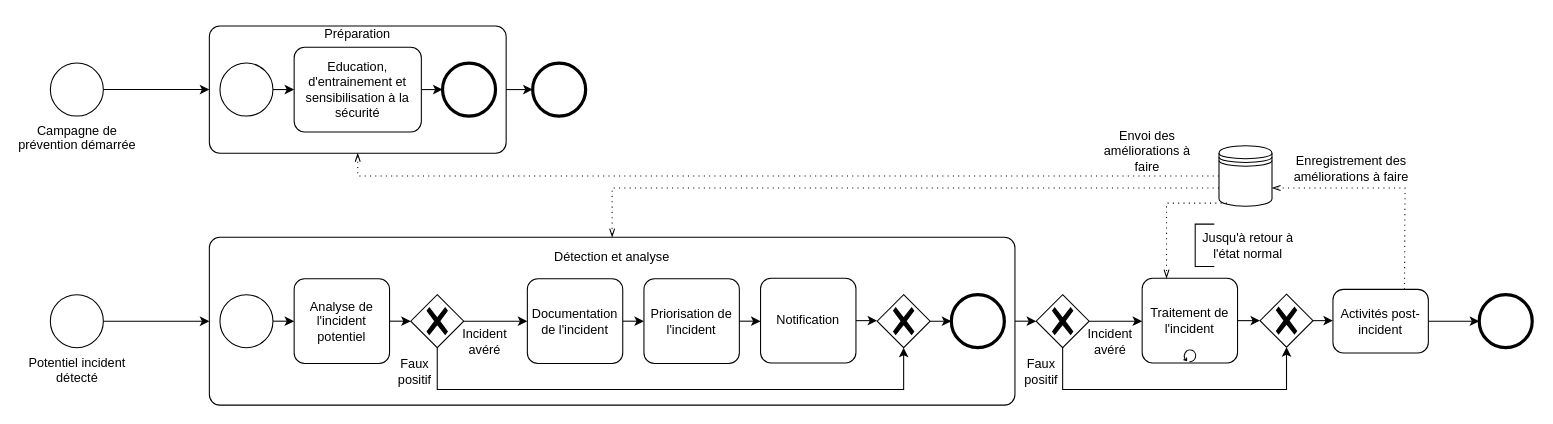
This is page "Page-2" (2 of 2) of standards/NIST.drawio from netmme/cyber-diagramme-d-activites, a draw.io file, before an edit. Source tidied: cells renumbered, new cells numbered last; positions are measured from the earlier drawing's top-left corner, leaving out a move shared by most shapes. Both pictures are drawn from the tidied source at 106%, with x=0, y=0 at pixel (50, 18).
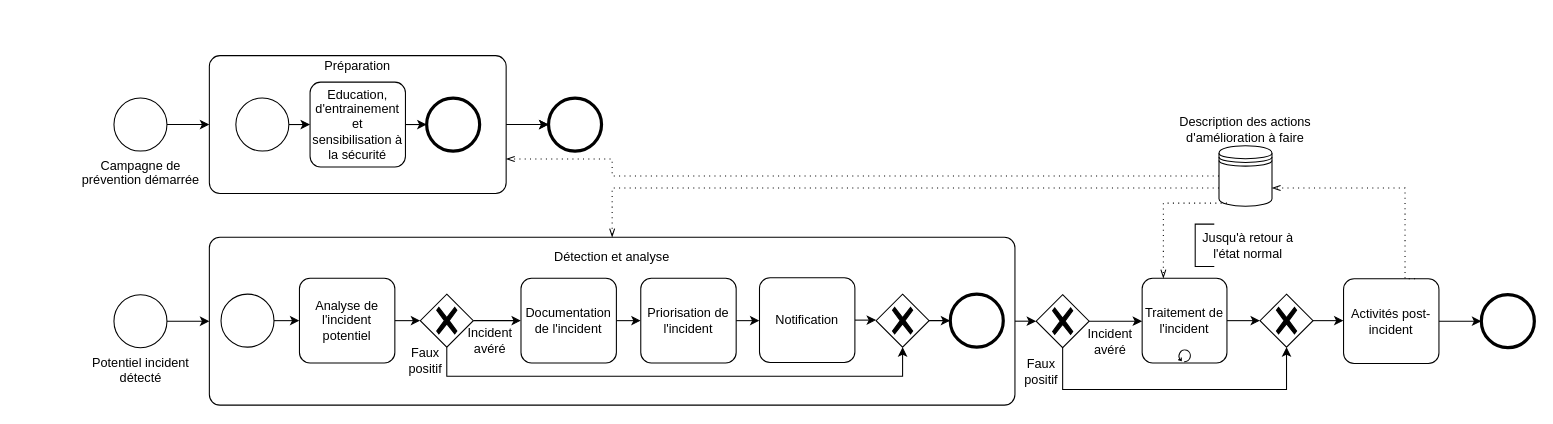
Above is the later version.

Unchanged cells that the change refers to:
```xml
<mxCell id="50" style="shape=datastore;html=1;labelPosition=center;verticalLabelPosition=bottom;align=center;verticalAlign=top;" parent="1" vertex="1">
  <mxGeometry x="1102.5" y="120" width="50" height="57" as="geometry" />
</mxCell>
```

The edit, as a diff of the source:
```diff
@@
     <mxCell id="5" value="Potentiel incident&lt;br&gt;détecté" style="points=[[0.145,0.145,0],[0.5,0,0],[0.855,0.145,0],[1,0.5,0],[0.855,0.855,0],[0.5,1,0],[0.145,0.855,0],[0,0.5,0]];shape=mxgraph.bpmn.event;html=1;verticalLabelPosition=bottom;labelBackgroundColor=#ffffff;verticalAlign=top;align=center;perimeter=ellipsePerimeter;outlineConnect=0;outline=standard;symbol=general;" parent="1" vertex="1">
-      <mxGeometry y="260.5" width="50" height="50" as="geometry" />
+      <mxGeometry x="60" y="260.5" width="50" height="50" as="geometry" />
     </mxCell>
-    <mxCell id="6" style="edgeStyle=orthogonalEdgeStyle;rounded=0;jettySize=auto;html=1;exitX=1;exitY=0.5;exitDx=0;exitDy=0;exitPerimeter=0;entryX=0;entryY=0.25;entryDx=0;entryDy=0;entryPerimeter=0;" parent="1" edge="1" source="7">
-      <mxGeometry relative="1" as="geometry">
-        <mxPoint x="150" y="67" as="targetPoint" />
-      </mxGeometry>
-    </mxCell>
+    <mxCell id="58" style="edgeStyle=orthogonalEdgeStyle;rounded=0;jettySize=auto;html=1;exitX=1;exitY=0.5;exitDx=0;exitDy=0;exitPerimeter=0;entryX=0;entryY=0.5;entryDx=0;entryDy=0;entryPerimeter=0;" parent="1" edge="1" source="7" target="9">
+      <mxGeometry relative="1" as="geometry" />
+    </mxCell>
     <mxCell id="7" value="Campagne de&lt;br&gt;prévention démarrée" style="points=[[0.145,0.145,0],[0.5,0,0],[0.855,0.145,0],[1,0.5,0],[0.855,0.855,0],[0.5,1,0],[0.145,0.855,0],[0,0.5,0]];shape=mxgraph.bpmn.event;html=1;verticalLabelPosition=bottom;labelBackgroundColor=#ffffff;verticalAlign=top;align=center;perimeter=ellipsePerimeter;outlineConnect=0;outline=standard;symbol=general;" parent="1" vertex="1">
-      <mxGeometry y="42" width="50" height="50" as="geometry" />
+      <mxGeometry x="60" y="75" width="50" height="50" as="geometry" />
     </mxCell>
@@
+    <mxCell id="59" style="edgeStyle=orthogonalEdgeStyle;rounded=0;jettySize=auto;html=1;" parent="1" edge="1" source="9" target="15">
+      <mxGeometry relative="1" as="geometry" />
+    </mxCell>
     <mxCell id="9" style="points=[[0.25,0,0],[0.5,0,0],[0.75,0,0],[1,0.25,0],[1,0.5,0],[1,0.75,0],[0.75,1,0],[0.5,1,0],[0.25,1,0],[0,0.75,0],[0,0.5,0],[0,0.25,0]];shape=mxgraph.bpmn.task;whiteSpace=wrap;rectStyle=rounded;size=10;html=1;taskMarker=abstract;" parent="1" vertex="1">
-      <mxGeometry x="150" y="7" width="280" height="120" as="geometry" />
+      <mxGeometry x="150" y="35" width="280" height="130" as="geometry" />
     </mxCell>
@@
     <mxCell id="11" style="points=[[0.145,0.145,0],[0.5,0,0],[0.855,0.145,0],[1,0.5,0],[0.855,0.855,0],[0.5,1,0],[0.145,0.855,0],[0,0.5,0]];shape=mxgraph.bpmn.event;html=1;verticalLabelPosition=bottom;labelBackgroundColor=#ffffff;verticalAlign=top;align=center;perimeter=ellipsePerimeter;outlineConnect=0;outline=standard;symbol=general;" parent="1" vertex="1">
-      <mxGeometry x="160" y="42" width="50" height="50" as="geometry" />
+      <mxGeometry x="175" y="75" width="50" height="50" as="geometry" />
     </mxCell>
@@
     <mxCell id="13" value="Education, d'entrainement et sensibilisation à la sécurité" style="points=[[0.25,0,0],[0.5,0,0],[0.75,0,0],[1,0.25,0],[1,0.5,0],[1,0.75,0],[0.75,1,0],[0.5,1,0],[0.25,1,0],[0,0.75,0],[0,0.5,0],[0,0.25,0]];shape=mxgraph.bpmn.task;whiteSpace=wrap;rectStyle=rounded;size=10;html=1;taskMarker=abstract;" parent="1" vertex="1">
-      <mxGeometry x="230" y="27" width="120" height="80" as="geometry" />
+      <mxGeometry x="245" y="60" width="90" height="80" as="geometry" />
     </mxCell>
     <mxCell id="14" style="points=[[0.145,0.145,0],[0.5,0,0],[0.855,0.145,0],[1,0.5,0],[0.855,0.855,0],[0.5,1,0],[0.145,0.855,0],[0,0.5,0]];shape=mxgraph.bpmn.event;html=1;verticalLabelPosition=bottom;labelBackgroundColor=#ffffff;verticalAlign=top;align=center;perimeter=ellipsePerimeter;outlineConnect=0;outline=end;symbol=terminate2;" parent="1" vertex="1">
-      <mxGeometry x="370" y="42" width="50" height="50" as="geometry" />
+      <mxGeometry x="355" y="75" width="50" height="50" as="geometry" />
     </mxCell>
     <mxCell id="15" style="points=[[0.145,0.145,0],[0.5,0,0],[0.855,0.145,0],[1,0.5,0],[0.855,0.855,0],[0.5,1,0],[0.145,0.855,0],[0,0.5,0]];shape=mxgraph.bpmn.event;html=1;verticalLabelPosition=bottom;labelBackgroundColor=#ffffff;verticalAlign=top;align=center;perimeter=ellipsePerimeter;outlineConnect=0;outline=end;symbol=terminate2;" parent="1" vertex="1">
-      <mxGeometry x="455" y="42" width="50" height="50" as="geometry" />
+      <mxGeometry x="470" y="75" width="50" height="50" as="geometry" />
     </mxCell>
     <mxCell id="16" value="Préparation" style="text;html=1;strokeColor=none;fillColor=none;align=center;verticalAlign=middle;whiteSpace=wrap;rounded=0;" parent="1" vertex="1">
-      <mxGeometry x="260" width="60" height="30" as="geometry" />
+      <mxGeometry x="260" y="30" width="60" height="30" as="geometry" />
     </mxCell>
@@
     <mxCell id="18" value="Analyse de l'incident potentiel" style="points=[[0.25,0,0],[0.5,0,0],[0.75,0,0],[1,0.25,0],[1,0.5,0],[1,0.75,0],[0.75,1,0],[0.5,1,0],[0.25,1,0],[0,0.75,0],[0,0.5,0],[0,0.25,0]];shape=mxgraph.bpmn.task;whiteSpace=wrap;rectStyle=rounded;size=10;html=1;taskMarker=abstract;" parent="1" vertex="1">
-      <mxGeometry x="230" y="245.5" width="90" height="80" as="geometry" />
+      <mxGeometry x="235" y="245" width="90" height="80" as="geometry" />
     </mxCell>
@@
     <mxCell id="20" value="Documentation de l'incident" style="points=[[0.25,0,0],[0.5,0,0],[0.75,0,0],[1,0.25,0],[1,0.5,0],[1,0.75,0],[0.75,1,0],[0.5,1,0],[0.25,1,0],[0,0.75,0],[0,0.5,0],[0,0.25,0]];shape=mxgraph.bpmn.task;whiteSpace=wrap;rectStyle=rounded;size=10;html=1;taskMarker=abstract;" parent="1" vertex="1">
-      <mxGeometry x="450" y="245.5" width="90" height="80" as="geometry" />
+      <mxGeometry x="444" y="245" width="90" height="80" as="geometry" />
     </mxCell>
     <mxCell id="21" value="Priorisation de l'incident" style="points=[[0.25,0,0],[0.5,0,0],[0.75,0,0],[1,0.25,0],[1,0.5,0],[1,0.75,0],[0.75,1,0],[0.5,1,0],[0.25,1,0],[0,0.75,0],[0,0.5,0],[0,0.25,0]];shape=mxgraph.bpmn.task;whiteSpace=wrap;rectStyle=rounded;size=10;html=1;taskMarker=abstract;" parent="1" vertex="1">
-      <mxGeometry x="560" y="245.5" width="90" height="80" as="geometry" />
+      <mxGeometry x="557" y="245" width="90" height="80" as="geometry" />
     </mxCell>
@@
     <mxCell id="23" value="Notification" style="points=[[0.25,0,0],[0.5,0,0],[0.75,0,0],[1,0.25,0],[1,0.5,0],[1,0.75,0],[0.75,1,0],[0.5,1,0],[0.25,1,0],[0,0.75,0],[0,0.5,0],[0,0.25,0]];shape=mxgraph.bpmn.task;whiteSpace=wrap;rectStyle=rounded;size=10;html=1;taskMarker=abstract;" parent="1" vertex="1">
-      <mxGeometry x="670" y="245" width="90" height="80" as="geometry" />
+      <mxGeometry x="669" y="244.5" width="90" height="80" as="geometry" />
     </mxCell>
@@
     <mxCell id="26" style="points=[[0.145,0.145,0],[0.5,0,0],[0.855,0.145,0],[1,0.5,0],[0.855,0.855,0],[0.5,1,0],[0.145,0.855,0],[0,0.5,0]];shape=mxgraph.bpmn.event;html=1;verticalLabelPosition=bottom;labelBackgroundColor=#ffffff;verticalAlign=top;align=center;perimeter=ellipsePerimeter;outlineConnect=0;outline=standard;symbol=general;" parent="1" vertex="1">
-      <mxGeometry x="160" y="260.5" width="50" height="50" as="geometry" />
+      <mxGeometry x="161" y="260" width="50" height="50" as="geometry" />
     </mxCell>
     <mxCell id="27" style="points=[[0.145,0.145,0],[0.5,0,0],[0.855,0.145,0],[1,0.5,0],[0.855,0.855,0],[0.5,1,0],[0.145,0.855,0],[0,0.5,0]];shape=mxgraph.bpmn.event;html=1;verticalLabelPosition=bottom;labelBackgroundColor=#ffffff;verticalAlign=top;align=center;perimeter=ellipsePerimeter;outlineConnect=0;outline=end;symbol=terminate2;" parent="1" vertex="1">
-      <mxGeometry x="850" y="260.5" width="50" height="50" as="geometry" />
+      <mxGeometry x="849" y="260" width="50" height="50" as="geometry" />
     </mxCell>
@@
     <mxCell id="29" style="edgeStyle=orthogonalEdgeStyle;rounded=0;jettySize=auto;html=1;exitX=0.5;exitY=1;exitDx=0;exitDy=0;exitPerimeter=0;entryX=0.5;entryY=1;entryDx=0;entryDy=0;entryPerimeter=0;" parent="1" edge="1" source="30" target="32">
       <mxGeometry relative="1" as="geometry">
         <Array as="points">
-          <mxPoint x="365" y="350" />
-          <mxPoint x="805" y="350" />
+          <mxPoint x="374" y="337.5" />
+          <mxPoint x="804" y="337.5" />
         </Array>
       </mxGeometry>
     </mxCell>
     <mxCell id="30" style="points=[[0.25,0.25,0],[0.5,0,0],[0.75,0.25,0],[1,0.5,0],[0.75,0.75,0],[0.5,1,0],[0.25,0.75,0],[0,0.5,0]];shape=mxgraph.bpmn.gateway2;html=1;verticalLabelPosition=bottom;labelBackgroundColor=#ffffff;verticalAlign=top;align=center;perimeter=rhombusPerimeter;outlineConnect=0;outline=none;symbol=none;gwType=exclusive;" parent="1" vertex="1">
-      <mxGeometry x="340" y="260.5" width="50" height="50" as="geometry" />
+      <mxGeometry x="349" y="260" width="50" height="50" as="geometry" />
     </mxCell>
@@
     <mxCell id="32" style="points=[[0.25,0.25,0],[0.5,0,0],[0.75,0.25,0],[1,0.5,0],[0.75,0.75,0],[0.5,1,0],[0.25,0.75,0],[0,0.5,0]];shape=mxgraph.bpmn.gateway2;html=1;verticalLabelPosition=bottom;labelBackgroundColor=#ffffff;verticalAlign=top;align=center;perimeter=rhombusPerimeter;outlineConnect=0;outline=none;symbol=none;gwType=exclusive;" parent="1" vertex="1">
-      <mxGeometry x="780" y="260.5" width="50" height="50" as="geometry" />
+      <mxGeometry x="779" y="260" width="50" height="50" as="geometry" />
     </mxCell>
     <mxCell id="33" value="Incident avéré" style="text;html=1;strokeColor=none;fillColor=none;align=center;verticalAlign=middle;whiteSpace=wrap;rounded=0;" parent="1" vertex="1">
-      <mxGeometry x="380" y="290" width="60" height="30" as="geometry" />
+      <mxGeometry x="385" y="288.5" width="60" height="30" as="geometry" />
     </mxCell>
     <mxCell id="34" value="Faux positif" style="text;html=1;strokeColor=none;fillColor=none;align=center;verticalAlign=middle;whiteSpace=wrap;rounded=0;" parent="1" vertex="1">
-      <mxGeometry x="314" y="317.5" width="60" height="30" as="geometry" />
+      <mxGeometry x="324" y="308" width="60" height="30" as="geometry" />
     </mxCell>
@@
     <mxCell id="42" value="Traitement de l'incident" style="points=[[0.25,0,0],[0.5,0,0],[0.75,0,0],[1,0.25,0],[1,0.5,0],[1,0.75,0],[0.75,1,0],[0.5,1,0],[0.25,1,0],[0,0.75,0],[0,0.5,0],[0,0.25,0]];shape=mxgraph.bpmn.task;whiteSpace=wrap;rectStyle=rounded;size=10;html=1;taskMarker=abstract;isLoopStandard=1;" parent="1" vertex="1">
-      <mxGeometry x="1030" y="245" width="90" height="80" as="geometry" />
+      <mxGeometry x="1030" y="245" width="80" height="80" as="geometry" />
     </mxCell>
@@
     <mxCell id="44" value="Activités post-incident" style="points=[[0.25,0,0],[0.5,0,0],[0.75,0,0],[1,0.25,0],[1,0.5,0],[1,0.75,0],[0.75,1,0],[0.5,1,0],[0.25,1,0],[0,0.75,0],[0,0.5,0],[0,0.25,0]];shape=mxgraph.bpmn.task;whiteSpace=wrap;rectStyle=rounded;size=10;html=1;taskMarker=abstract;" parent="1" vertex="1">
-      <mxGeometry x="1210" y="255.5" width="90" height="60" as="geometry" />
+      <mxGeometry x="1220" y="245.5" width="90" height="80" as="geometry" />
     </mxCell>
@@
     <mxCell id="51" style="points=[[0.145,0.145,0],[0.5,0,0],[0.855,0.145,0],[1,0.5,0],[0.855,0.855,0],[0.5,1,0],[0.145,0.855,0],[0,0.5,0]];shape=mxgraph.bpmn.event;html=1;verticalLabelPosition=bottom;labelBackgroundColor=#ffffff;verticalAlign=top;align=center;perimeter=ellipsePerimeter;outlineConnect=0;outline=end;symbol=terminate2;" parent="1" vertex="1">
-      <mxGeometry x="1348" y="260.5" width="50" height="50" as="geometry" />
+      <mxGeometry x="1350" y="260.5" width="50" height="50" as="geometry" />
     </mxCell>
@@
-    <mxCell id="53" style="edgeStyle=elbowEdgeStyle;fontSize=12;html=1;endFill=0;startFill=0;endSize=6;startSize=6;dashed=1;dashPattern=1 4;endArrow=openThin;startArrow=none;rounded=0;exitX=0;exitY=0.5;exitDx=0;exitDy=0;entryX=0.5;entryY=1;entryDx=0;entryDy=0;entryPerimeter=0;" parent="1" edge="1" source="50" target="9">
+    <mxCell id="53" style="edgeStyle=elbowEdgeStyle;fontSize=12;html=1;endFill=0;startFill=0;endSize=6;startSize=6;dashed=1;dashPattern=1 4;endArrow=openThin;startArrow=none;rounded=0;exitX=0;exitY=0.5;exitDx=0;exitDy=0;entryX=1;entryY=0.75;entryDx=0;entryDy=0;entryPerimeter=0;" parent="1" edge="1" source="50" target="9">
       <mxGeometry relative="1" as="geometry">
         <Array as="points">
+          <mxPoint x="530" y="149" />
           <mxPoint x="290" y="150" />
         </Array>
       </mxGeometry>
     </mxCell>
@@
     <mxCell id="55" style="edgeStyle=elbowEdgeStyle;fontSize=12;html=1;endFill=0;startFill=0;endSize=6;startSize=6;dashed=1;dashPattern=1 4;endArrow=openThin;startArrow=none;rounded=0;exitX=0.15;exitY=0.95;exitDx=0;exitDy=0;exitPerimeter=0;entryX=0.25;entryY=0;entryDx=0;entryDy=0;entryPerimeter=0;" parent="1" edge="1" source="50" target="42">
       <mxGeometry relative="1" as="geometry">
         <Array as="points">
+          <mxPoint x="1050" y="190" />
           <mxPoint x="1053" y="210" />
         </Array>
       </mxGeometry>
     </mxCell>
-    <mxCell id="56" value="Enregistrement des améliorations à faire" style="text;html=1;strokeColor=none;fillColor=none;align=center;verticalAlign=middle;whiteSpace=wrap;rounded=0;" parent="1" vertex="1">
-      <mxGeometry x="1170" y="127" width="115" height="30" as="geometry" />
-    </mxCell>
-    <mxCell id="57" value="Envoi des améliorations à faire" style="text;html=1;strokeColor=none;fillColor=none;align=center;verticalAlign=middle;whiteSpace=wrap;rounded=0;" parent="1" vertex="1">
-      <mxGeometry x="980" y="110" width="110" height="30" as="geometry" />
+    <mxCell id="57" value="Description des actions d'amélioration à faire" style="text;html=1;strokeColor=none;fillColor=none;align=center;verticalAlign=middle;whiteSpace=wrap;rounded=0;" parent="1" vertex="1">
+      <mxGeometry x="1056.2" y="90" width="142.5" height="30" as="geometry" />
     </mxCell>
```
